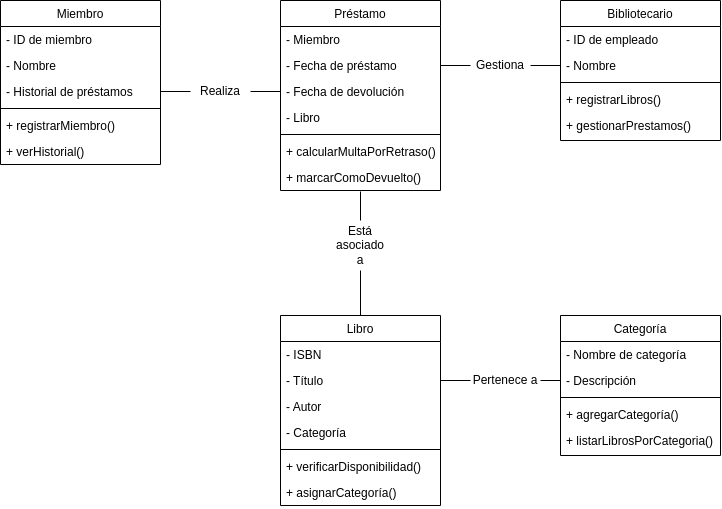
PRORIX/ejercicios-ets keeps this draw.io diagram as Diagrama sin título.drawio.png. Above is the earlier version. Source tidied: cells renumbered, new cells last; positions are measured from the earlier drawing's top-left corner, leaving out a move shared by most shapes.
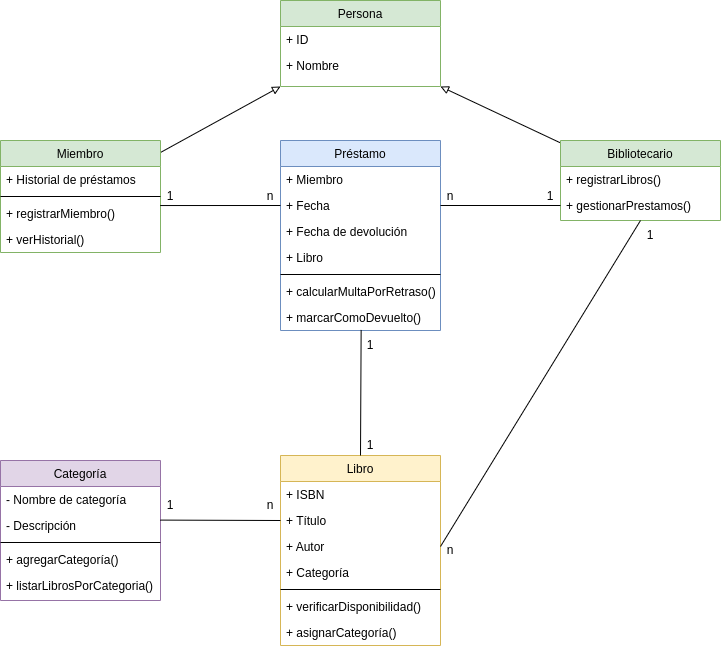
After the change.

Diff of the diagram source:
```diff
@@ -2,19 +2,19 @@
   <root>
     <mxCell id="0" />
     <mxCell id="1" parent="0" />
-    <mxCell id="2" value="Libro" style="swimlane;fontStyle=0;align=center;verticalAlign=top;horizontal=1;startSize=26;rounded=0;shadow=0;strokeWidth=1;" parent="1" vertex="1">
+    <mxCell id="2" value="Libro" style="swimlane;fontStyle=0;align=center;verticalAlign=top;horizontal=1;startSize=26;rounded=0;shadow=0;strokeWidth=1;fillColor=#fff2cc;strokeColor=#d6b656;" parent="1" vertex="1">
       <mxGeometry x="280" y="315" width="160" height="190" as="geometry" />
     </mxCell>
-    <mxCell id="3" value="- ISBN" style="text;align=left;verticalAlign=top;spacingLeft=4;spacingRight=4;overflow=hidden;" parent="2" vertex="1">
+    <mxCell id="3" value="+ ISBN" style="text;align=left;verticalAlign=top;spacingLeft=4;spacingRight=4;overflow=hidden;" parent="2" vertex="1">
       <mxGeometry y="26" width="160" height="26" as="geometry" />
     </mxCell>
-    <mxCell id="4" value="- Título" style="text;align=left;verticalAlign=top;spacingLeft=4;spacingRight=4;overflow=hidden;points=[[0,0.5],[1,0.5]];portConstraint=eastwest;rounded=0;shadow=0;html=0;" parent="2" vertex="1">
+    <mxCell id="4" value="+ Título" style="text;align=left;verticalAlign=top;spacingLeft=4;spacingRight=4;overflow=hidden;points=[[0,0.5],[1,0.5]];portConstraint=eastwest;rounded=0;shadow=0;html=0;" parent="2" vertex="1">
       <mxGeometry y="52" width="160" height="26" as="geometry" />
     </mxCell>
-    <mxCell id="5" value="- Autor" style="text;align=left;verticalAlign=top;spacingLeft=4;spacingRight=4;overflow=hidden;points=[[0,0.5],[1,0.5]];portConstraint=eastwest;rounded=0;shadow=0;html=0;" parent="2" vertex="1">
+    <mxCell id="5" value="+ Autor" style="text;align=left;verticalAlign=top;spacingLeft=4;spacingRight=4;overflow=hidden;points=[[0,0.5],[1,0.5]];portConstraint=eastwest;rounded=0;shadow=0;html=0;" parent="2" vertex="1">
       <mxGeometry y="78" width="160" height="26" as="geometry" />
     </mxCell>
-    <mxCell id="6" value="- Categoría" style="text;align=left;verticalAlign=top;spacingLeft=4;spacingRight=4;overflow=hidden;rounded=0;shadow=0;html=0;" parent="2" vertex="1">
+    <mxCell id="6" value="+ Categoría" style="text;align=left;verticalAlign=top;spacingLeft=4;spacingRight=4;overflow=hidden;rounded=0;shadow=0;html=0;" parent="2" vertex="1">
       <mxGeometry y="104" width="160" height="26" as="geometry" />
     </mxCell>
     <mxCell id="7" style="line;html=1;strokeWidth=1;align=left;verticalAlign=middle;spacingTop=-1;spacingLeft=3;spacingRight=3;labelPosition=right;" parent="2" vertex="1">
@@ -26,40 +26,37 @@
     <mxCell id="9" value="+ asignarCategoría()" style="text;align=left;verticalAlign=top;spacingLeft=4;spacingRight=4;overflow=hidden;" parent="2" vertex="1">
       <mxGeometry y="164" width="160" height="26" as="geometry" />
     </mxCell>
+    <mxCell id="49" style="rounded=0;jettySize=auto;html=1;entryX=0;entryY=1;entryDx=0;entryDy=0;endArrow=block;endFill=0;" parent="1" edge="1" source="10" target="59">
+      <mxGeometry relative="1" as="geometry" />
+    </mxCell>
-    <mxCell id="10" value="Miembro" style="swimlane;fontStyle=0;align=center;verticalAlign=top;horizontal=1;startSize=26;rounded=0;shadow=0;strokeWidth=1;" parent="1" vertex="1">
-      <mxGeometry width="160" height="164" as="geometry" />
+    <mxCell id="10" value="Miembro" style="swimlane;fontStyle=0;align=center;verticalAlign=top;horizontal=1;startSize=26;rounded=0;shadow=0;strokeWidth=1;fillColor=#d5e8d4;strokeColor=#82b366;" parent="1" vertex="1">
+      <mxGeometry width="160" height="112" as="geometry" />
     </mxCell>
-    <mxCell id="11" value="- ID de miembro" style="text;align=left;verticalAlign=top;spacingLeft=4;spacingRight=4;overflow=hidden;" parent="10" vertex="1">
-      <mxGeometry y="26" width="160" height="26" as="geometry" />
-    </mxCell>
-    <mxCell id="12" value="- Nombre" style="text;align=left;verticalAlign=top;spacingLeft=4;spacingRight=4;overflow=hidden;rounded=0;shadow=0;html=0;" parent="10" vertex="1">
-      <mxGeometry y="52" width="160" height="26" as="geometry" />
-    </mxCell>
-    <mxCell id="13" value="- Historial de préstamos" style="text;align=left;verticalAlign=top;spacingLeft=4;spacingRight=4;overflow=hidden;points=[[0,0.5],[1,0.5]];portConstraint=eastwest;rounded=0;shadow=0;html=0;" parent="10" vertex="1">
-      <mxGeometry y="78" width="160" height="26" as="geometry" />
+    <mxCell id="13" value="+ Historial de préstamos" style="text;align=left;verticalAlign=top;spacingLeft=4;spacingRight=4;overflow=hidden;points=[[0,0.5],[1,0.5]];portConstraint=eastwest;rounded=0;shadow=0;html=0;" parent="10" vertex="1">
+      <mxGeometry y="26" width="160" height="26" as="geometry" />
     </mxCell>
     <mxCell id="14" style="line;html=1;strokeWidth=1;align=left;verticalAlign=middle;spacingTop=-1;spacingLeft=3;spacingRight=3;labelPosition=right;" parent="10" vertex="1">
-      <mxGeometry y="104" width="160" height="8" as="geometry" />
+      <mxGeometry y="52" width="160" height="8" as="geometry" />
     </mxCell>
     <mxCell id="15" value="+ registrarMiembro()" style="text;align=left;verticalAlign=top;spacingLeft=4;spacingRight=4;overflow=hidden;points=[[0,0.5],[1,0.5]];portConstraint=eastwest;fontStyle=0;" parent="10" vertex="1">
-      <mxGeometry y="112" width="160" height="26" as="geometry" />
+      <mxGeometry y="60" width="160" height="26" as="geometry" />
     </mxCell>
     <mxCell id="16" value="+ verHistorial()" style="text;align=left;verticalAlign=top;spacingLeft=4;spacingRight=4;overflow=hidden;" parent="10" vertex="1">
-      <mxGeometry y="138" width="160" height="26" as="geometry" />
+      <mxGeometry y="86" width="160" height="26" as="geometry" />
     </mxCell>
-    <mxCell id="17" value="Préstamo" style="swimlane;fontStyle=0;align=center;verticalAlign=top;horizontal=1;startSize=26;rounded=0;shadow=0;strokeWidth=1;" parent="1" vertex="1">
+    <mxCell id="17" value="Préstamo" style="swimlane;fontStyle=0;align=center;verticalAlign=top;horizontal=1;startSize=26;rounded=0;shadow=0;strokeWidth=1;fillColor=#dae8fc;strokeColor=#6c8ebf;" parent="1" vertex="1">
       <mxGeometry x="280" width="160" height="190" as="geometry" />
     </mxCell>
-    <mxCell id="18" value="- Miembro" style="text;align=left;verticalAlign=top;spacingLeft=4;spacingRight=4;overflow=hidden;" parent="17" vertex="1">
+    <mxCell id="18" value="+ Miembro" style="text;align=left;verticalAlign=top;spacingLeft=4;spacingRight=4;overflow=hidden;" parent="17" vertex="1">
       <mxGeometry y="26" width="160" height="26" as="geometry" />
     </mxCell>
-    <mxCell id="19" value="- Fecha de préstamo" style="text;align=left;verticalAlign=top;spacingLeft=4;spacingRight=4;overflow=hidden;points=[[0,0.5],[1,0.5]];portConstraint=eastwest;" parent="17" vertex="1">
+    <mxCell id="19" value="+ Fecha" style="text;align=left;verticalAlign=top;spacingLeft=4;spacingRight=4;overflow=hidden;points=[[0,0.5],[1,0.5]];portConstraint=eastwest;" parent="17" vertex="1">
       <mxGeometry y="52" width="160" height="26" as="geometry" />
     </mxCell>
-    <mxCell id="20" value="- Fecha de devolución" style="text;align=left;verticalAlign=top;spacingLeft=4;spacingRight=4;overflow=hidden;points=[[0,0.5],[1,0.5]];portConstraint=eastwest;rounded=0;shadow=0;html=0;" parent="17" vertex="1">
+    <mxCell id="20" value="+ Fecha de devolución" style="text;align=left;verticalAlign=top;spacingLeft=4;spacingRight=4;overflow=hidden;points=[[0,0.5],[1,0.5]];portConstraint=eastwest;rounded=0;shadow=0;html=0;" parent="17" vertex="1">
       <mxGeometry y="78" width="160" height="26" as="geometry" />
     </mxCell>
-    <mxCell id="21" value="- Libro" style="text;align=left;verticalAlign=top;spacingLeft=4;spacingRight=4;overflow=hidden;rounded=0;shadow=0;html=0;" parent="17" vertex="1">
+    <mxCell id="21" value="+ Libro" style="text;align=left;verticalAlign=top;spacingLeft=4;spacingRight=4;overflow=hidden;rounded=0;shadow=0;html=0;" parent="17" vertex="1">
       <mxGeometry y="104" width="160" height="26" as="geometry" />
     </mxCell>
     <mxCell id="22" style="line;html=1;strokeWidth=1;align=left;verticalAlign=middle;spacingTop=-1;spacingLeft=3;spacingRight=3;labelPosition=right;" parent="17" vertex="1">
@@ -71,26 +68,20 @@
     <mxCell id="24" value="+ marcarComoDevuelto()" style="text;align=left;verticalAlign=top;spacingLeft=4;spacingRight=4;overflow=hidden;points=[[0,0.5],[1,0.5]];portConstraint=eastwest;" parent="17" vertex="1">
       <mxGeometry y="164" width="160" height="26" as="geometry" />
     </mxCell>
+    <mxCell id="50" style="rounded=0;jettySize=auto;html=1;endArrow=block;endFill=0;entryX=1;entryY=1;entryDx=0;entryDy=0;" parent="1" edge="1" source="25" target="59">
+      <mxGeometry relative="1" as="geometry" />
+    </mxCell>
-    <mxCell id="25" value="Bibliotecario" style="swimlane;fontStyle=0;align=center;verticalAlign=top;horizontal=1;startSize=26;rounded=0;shadow=0;strokeWidth=1;" parent="1" vertex="1">
-      <mxGeometry x="560" width="160" height="140" as="geometry" />
+    <mxCell id="25" value="Bibliotecario" style="swimlane;fontStyle=0;align=center;verticalAlign=top;horizontal=1;startSize=26;rounded=0;shadow=0;strokeWidth=1;fillColor=#d5e8d4;strokeColor=#82b366;" parent="1" vertex="1">
+      <mxGeometry x="560" width="160" height="80" as="geometry" />
     </mxCell>
-    <mxCell id="26" value="- ID de empleado" style="text;align=left;verticalAlign=top;spacingLeft=4;spacingRight=4;overflow=hidden;" parent="25" vertex="1">
-      <mxGeometry y="26" width="160" height="26" as="geometry" />
-    </mxCell>
-    <mxCell id="27" value="- Nombre" style="text;align=left;verticalAlign=top;spacingLeft=4;spacingRight=4;overflow=hidden;points=[[0,0.5],[1,0.5]];portConstraint=eastwest;" parent="25" vertex="1">
-      <mxGeometry y="52" width="160" height="26" as="geometry" />
-    </mxCell>
-    <mxCell id="28" style="line;html=1;strokeWidth=1;align=left;verticalAlign=middle;spacingTop=-1;spacingLeft=3;spacingRight=3;labelPosition=right;" parent="25" vertex="1">
-      <mxGeometry y="78" width="160" height="8" as="geometry" />
-    </mxCell>
     <mxCell id="29" value="+ registrarLibros()" style="text;align=left;verticalAlign=top;spacingLeft=4;spacingRight=4;overflow=hidden;" parent="25" vertex="1">
-      <mxGeometry y="86" width="160" height="26" as="geometry" />
+      <mxGeometry y="26" width="160" height="26" as="geometry" />
     </mxCell>
     <mxCell id="30" value="+ gestionarPrestamos()" style="text;align=left;verticalAlign=top;spacingLeft=4;spacingRight=4;overflow=hidden;points=[[0,0.5],[1,0.5]];portConstraint=eastwest;" parent="25" vertex="1">
-      <mxGeometry y="112" width="160" height="26" as="geometry" />
+      <mxGeometry y="52" width="160" height="26" as="geometry" />
     </mxCell>
-    <mxCell id="31" value="Categoría" style="swimlane;fontStyle=0;align=center;verticalAlign=top;horizontal=1;startSize=26;rounded=0;shadow=0;strokeWidth=1;" parent="1" vertex="1">
-      <mxGeometry x="560" y="315" width="160" height="140" as="geometry" />
+    <mxCell id="31" value="Categoría" style="swimlane;fontStyle=0;align=center;verticalAlign=top;horizontal=1;startSize=26;rounded=0;shadow=0;strokeWidth=1;fillColor=#e1d5e7;strokeColor=#9673a6;" parent="1" vertex="1">
+      <mxGeometry y="320" width="160" height="140" as="geometry" />
     </mxCell>
     <mxCell id="32" value="- Nombre de categoría" style="text;align=left;verticalAlign=top;spacingLeft=4;spacingRight=4;overflow=hidden;" parent="31" vertex="1">
       <mxGeometry y="26" width="160" height="26" as="geometry" />
@@ -107,45 +98,59 @@
     <mxCell id="36" value="+ listarLibrosPorCategoria()" style="text;align=left;verticalAlign=top;spacingLeft=4;spacingRight=4;overflow=hidden;" parent="31" vertex="1">
       <mxGeometry y="112" width="160" height="26" as="geometry" />
     </mxCell>
-    <mxCell id="37" style="endArrow=none;html=1;rounded=0;entryX=0;entryY=0.5;entryDx=0;entryDy=0;exitX=1;exitY=0.5;exitDx=0;exitDy=0;" parent="1" edge="1" source="41" target="20">
+    <mxCell id="37" style="endArrow=none;html=1;rounded=0;exitX=0.998;exitY=0.194;exitDx=0;exitDy=0;entryX=0;entryY=0.5;entryDx=0;entryDy=0;exitPerimeter=0;" parent="1" edge="1" source="15" target="19">
       <mxGeometry relative="1" as="geometry" />
     </mxCell>
-    <mxCell id="38" style="endArrow=none;html=1;rounded=0;entryX=0;entryY=0.5;entryDx=0;entryDy=0;exitX=1;exitY=0.5;exitDx=0;exitDy=0;" parent="1" edge="1" source="48" target="33">
-      <mxGeometry relative="1" as="geometry" />
-    </mxCell>
-    <mxCell id="39" style="endArrow=none;html=1;rounded=0;entryX=0.5;entryY=0;entryDx=0;entryDy=0;" parent="1" edge="1" target="2">
-      <mxGeometry relative="1" as="geometry">
-        <mxPoint x="360" y="270" as="sourcePoint" />
-      </mxGeometry>
+    <mxCell id="39" style="endArrow=none;html=1;rounded=0;entryX=0.5;entryY=0;entryDx=0;entryDy=0;exitX=0.504;exitY=0.979;exitDx=0;exitDy=0;exitPerimeter=0;" parent="1" edge="1" source="24" target="2">
+      <mxGeometry relative="1" as="geometry" />
     </mxCell>
-    <mxCell id="40" style="endArrow=none;html=1;rounded=0;entryX=0;entryY=0.5;entryDx=0;entryDy=0;exitX=1;exitY=0.5;exitDx=0;exitDy=0;" parent="1" edge="1" source="13" target="41">
-      <mxGeometry relative="1" as="geometry" />
-    </mxCell>
-    <mxCell id="41" value="Realiza" style="text;html=1;align=center;verticalAlign=middle;whiteSpace=wrap;rounded=0;" parent="1" vertex="1">
-      <mxGeometry x="190" y="76" width="60" height="30" as="geometry" />
-    </mxCell>
-    <mxCell id="42" style="endArrow=none;html=1;rounded=0;exitX=1;exitY=0.5;exitDx=0;exitDy=0;entryX=0;entryY=0.5;entryDx=0;entryDy=0;" parent="1" edge="1" source="44" target="27">
-      <mxGeometry relative="1" as="geometry" />
-    </mxCell>
-    <mxCell id="43" style="endArrow=none;html=1;rounded=0;exitX=1;exitY=0.5;exitDx=0;exitDy=0;entryX=0;entryY=0.5;entryDx=0;entryDy=0;" parent="1" edge="1" source="19" target="44">
+    <mxCell id="43" style="endArrow=none;html=1;rounded=0;exitX=1;exitY=0.5;exitDx=0;exitDy=0;entryX=0;entryY=0.5;entryDx=0;entryDy=0;" parent="1" edge="1" source="19" target="30">
       <mxGeometry relative="1" as="geometry" />
     </mxCell>
-    <mxCell id="44" value="Gestiona" style="text;html=1;align=center;verticalAlign=middle;whiteSpace=wrap;rounded=0;" parent="1" vertex="1">
-      <mxGeometry x="470" y="50" width="60" height="30" as="geometry" />
-    </mxCell>
-    <mxCell id="45" style="endArrow=none;html=1;rounded=0;exitX=0.5;exitY=1.038;exitDx=0;exitDy=0;exitPerimeter=0;" parent="1" edge="1" source="24">
-      <mxGeometry relative="1" as="geometry">
-        <mxPoint x="360" y="220" as="targetPoint" />
-      </mxGeometry>
-    </mxCell>
-    <mxCell id="46" value="Está asociado a" style="text;html=1;align=center;verticalAlign=middle;whiteSpace=wrap;rounded=0;" parent="1" vertex="1">
-      <mxGeometry x="330" y="230" width="60" height="30" as="geometry" />
-    </mxCell>
-    <mxCell id="47" style="endArrow=none;html=1;rounded=0;entryX=0;entryY=0.5;entryDx=0;entryDy=0;exitX=1;exitY=0.5;exitDx=0;exitDy=0;" parent="1" edge="1" source="4" target="48">
-      <mxGeometry relative="1" as="geometry" />
-    </mxCell>
-    <mxCell id="48" value="Pertenece a" style="text;html=1;align=center;verticalAlign=middle;whiteSpace=wrap;rounded=0;" parent="1" vertex="1">
-      <mxGeometry x="470" y="365" width="70" height="30" as="geometry" />
-    </mxCell>
+    <mxCell id="51" value="1" style="text;html=1;align=center;verticalAlign=middle;whiteSpace=wrap;rounded=0;" parent="1" vertex="1">
+      <mxGeometry x="140" y="41" width="60" height="30" as="geometry" />
+    </mxCell>
+    <mxCell id="52" value="n" style="text;html=1;align=center;verticalAlign=middle;whiteSpace=wrap;rounded=0;" parent="1" vertex="1">
+      <mxGeometry x="240" y="41" width="60" height="30" as="geometry" />
+    </mxCell>
+    <mxCell id="53" value="1" style="text;html=1;align=center;verticalAlign=middle;whiteSpace=wrap;rounded=0;" parent="1" vertex="1">
+      <mxGeometry x="340" y="190" width="60" height="30" as="geometry" />
+    </mxCell>
+    <mxCell id="54" value="1" style="text;html=1;align=center;verticalAlign=middle;whiteSpace=wrap;rounded=0;" parent="1" vertex="1">
+      <mxGeometry x="340" y="290" width="60" height="30" as="geometry" />
+    </mxCell>
+    <mxCell id="55" style="endArrow=none;html=1;rounded=0;exitX=0;exitY=0.5;exitDx=0;exitDy=0;entryX=0.999;entryY=0.292;entryDx=0;entryDy=0;entryPerimeter=0;" parent="1" edge="1" source="4" target="33">
+      <mxGeometry relative="1" as="geometry" />
+    </mxCell>
+    <mxCell id="56" value="1" style="text;html=1;align=center;verticalAlign=middle;whiteSpace=wrap;rounded=0;" parent="1" vertex="1">
+      <mxGeometry x="140" y="350" width="60" height="30" as="geometry" />
+    </mxCell>
+    <mxCell id="57" value="n" style="text;html=1;align=center;verticalAlign=middle;whiteSpace=wrap;rounded=0;" parent="1" vertex="1">
+      <mxGeometry x="240" y="350" width="60" height="30" as="geometry" />
+    </mxCell>
+    <mxCell id="58" style="endArrow=none;html=1;rounded=0;entryX=0.5;entryY=1;entryDx=0;entryDy=0;exitX=1;exitY=0.5;exitDx=0;exitDy=0;" parent="1" edge="1" source="5" target="25">
+      <mxGeometry relative="1" as="geometry" />
+    </mxCell>
+    <mxCell id="59" value="Persona" style="swimlane;fontStyle=0;align=center;verticalAlign=top;horizontal=1;startSize=26;rounded=0;shadow=0;strokeWidth=1;fillColor=#d5e8d4;strokeColor=#82b366;" parent="1" vertex="1">
+      <mxGeometry x="280" y="-140" width="160" height="86" as="geometry" />
+    </mxCell>
+    <mxCell id="60" value="+ ID" style="text;align=left;verticalAlign=top;spacingLeft=4;spacingRight=4;overflow=hidden;" parent="59" vertex="1">
+      <mxGeometry y="26" width="160" height="26" as="geometry" />
+    </mxCell>
+    <mxCell id="61" value="+ Nombre" style="text;align=left;verticalAlign=top;spacingLeft=4;spacingRight=4;overflow=hidden;rounded=0;shadow=0;html=0;" parent="59" vertex="1">
+      <mxGeometry y="52" width="160" height="26" as="geometry" />
+    </mxCell>
+    <mxCell id="62" value="1" style="text;html=1;align=center;verticalAlign=middle;whiteSpace=wrap;rounded=0;" parent="1" vertex="1">
+      <mxGeometry x="520" y="41" width="60" height="30" as="geometry" />
+    </mxCell>
+    <mxCell id="63" value="1" style="text;html=1;align=center;verticalAlign=middle;whiteSpace=wrap;rounded=0;" parent="1" vertex="1">
+      <mxGeometry x="620" y="80" width="60" height="30" as="geometry" />
+    </mxCell>
+    <mxCell id="64" value="n" style="text;html=1;align=center;verticalAlign=middle;whiteSpace=wrap;rounded=0;" parent="1" vertex="1">
+      <mxGeometry x="420" y="41" width="60" height="30" as="geometry" />
+    </mxCell>
+    <mxCell id="65" value="n" style="text;html=1;align=center;verticalAlign=middle;whiteSpace=wrap;rounded=0;" parent="1" vertex="1">
+      <mxGeometry x="420" y="395" width="60" height="30" as="geometry" />
+    </mxCell>
   </root>
 </mxGraphModel>
```
